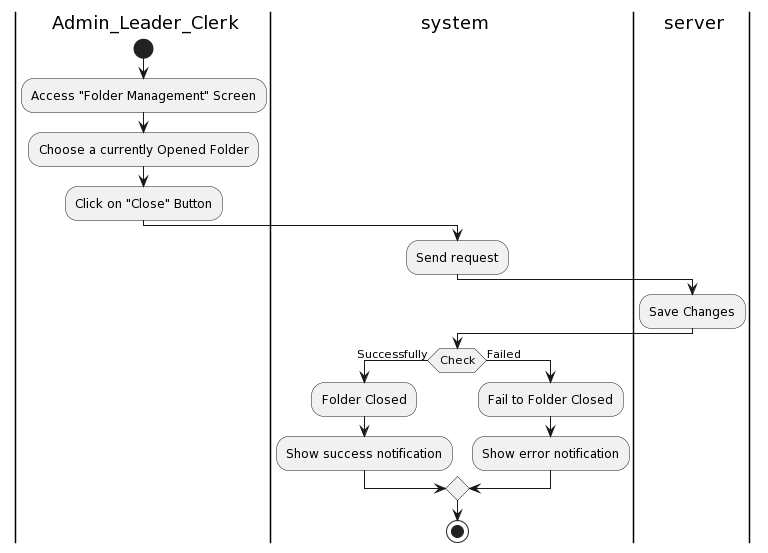
This is Lab1/Lab1.2/Activity Diagram/Folder/CloseFolder/CloseFolder.png from khoapham1003/SE357-Pratice-class, a PlantUML export, as it was before one commit. The source it was exported from:
```plantuml
@startuml
|a| Admin_Leader_Clerk
|sys| system
|ser| server
|a|
start
:Access "Folder Management" Screen;
:Choose a currently Opened Folder;
:Click on "Close" Button;
|sys|
:Send request;
|ser|
:Save Changes;
|sys|
if(Check) then (Successfully)
:Folder Closed;
:Show success notification;
else (Failed)
:Fail to Folder Closed;
:Show error notification;
endif

stop
@enduml
```
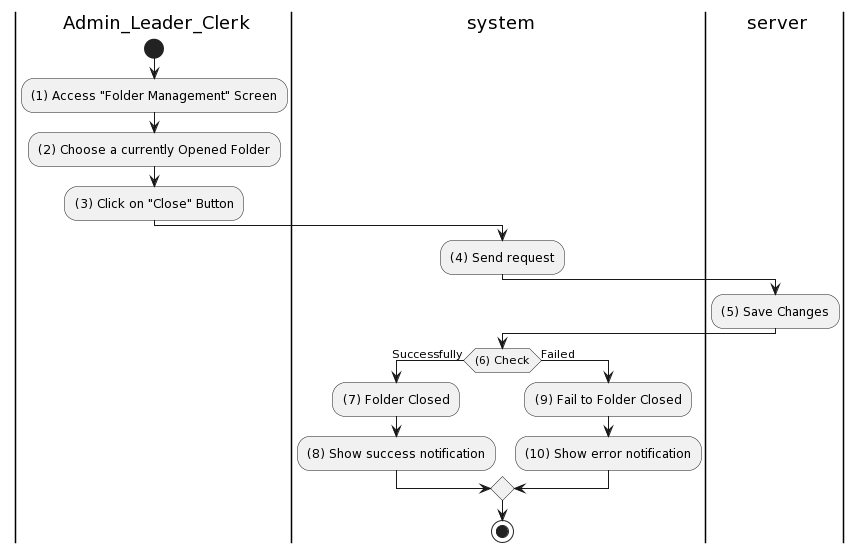
The same diagram one commit later.

What changed in the source:
```diff
@@ -4,20 +4,20 @@
 |ser| server
 |a|
 start
-:Access "Folder Management" Screen;
-:Choose a currently Opened Folder;
-:Click on "Close" Button;
+:(1) Access "Folder Management" Screen;
+:(2) Choose a currently Opened Folder;
+:(3) Click on "Close" Button;
 |sys|
-:Send request;
+:(4) Send request;
 |ser|
-:Save Changes;
+:(5) Save Changes;
 |sys|
-if(Check) then (Successfully)
-:Folder Closed;
-:Show success notification;
+if((6) Check) then (Successfully)
+:(7) Folder Closed;
+:(8) Show success notification;
 else (Failed)
-:Fail to Folder Closed;
-:Show error notification;
+:(9) Fail to Folder Closed;
+:(10) Show error notification;
 endif
 
 stop
```
